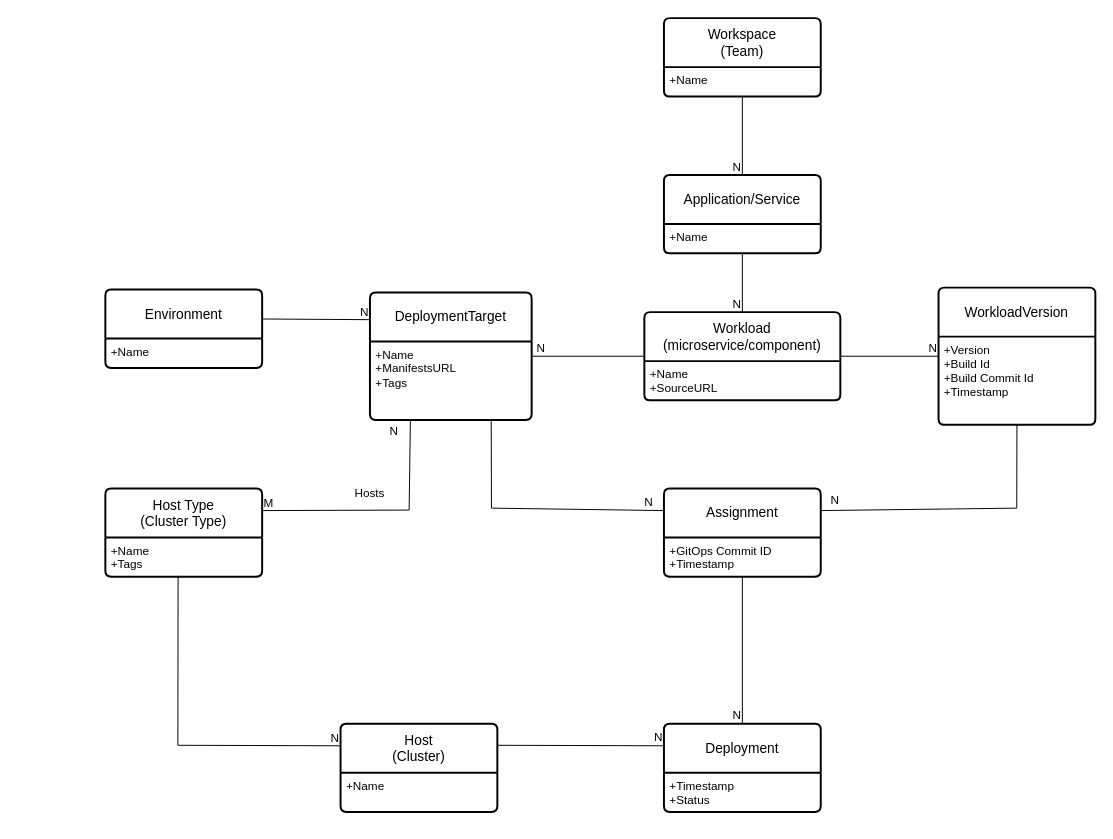
The draw.io diagram docs/images/DeploymentObservabilityLogicalModel.drawio in microsoft/kalypso-observability-hub, before the edit. Source tidied: cells renumbered, new cells numbered last; positions are measured from the earlier drawing's top-left corner, leaving out a move shared by most shapes. Both pictures are drawn from the tidied source at 98%, with x=0, y=0 at pixel (105, 18).
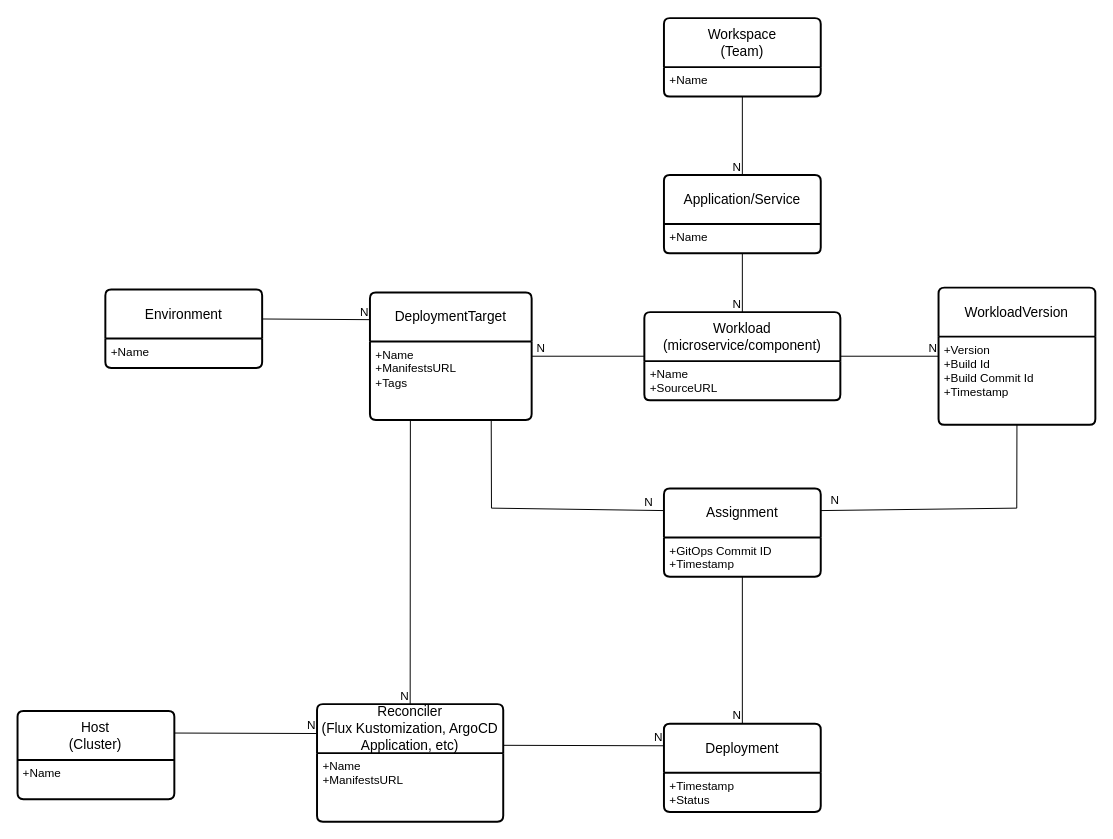
The same page after the edit.

The change refers to these unchanged cells:
```xml
<mxCell id="19" value="+Name&lt;br&gt;+ManifestsURL&amp;nbsp;&lt;br&gt;+Tags" style="align=left;strokeColor=none;fillColor=none;spacingLeft=4;fontSize=12;verticalAlign=top;html=1;" parent="18" vertex="1">
  <mxGeometry y="50" width="165" height="80" as="geometry" />
</mxCell>
```

Diff of the diagram source:
```diff
@@
     <mxCell id="30" value="Host&lt;br&gt;(Cluster)" style="swimlane;horizontal=1;startSize=50;rounded=1;fontSize=14;fontStyle=0;strokeWidth=2;shadow=0;dashed=0;align=center;arcSize=4;whiteSpace=wrap;html=1;" parent="1" vertex="1">
-      <mxGeometry x="240" y="720" width="160" height="90" as="geometry" />
+      <mxGeometry x="-89.6" y="707" width="160" height="90" as="geometry" />
     </mxCell>
@@
-    <mxCell id="36" value="Host Type&lt;br&gt;(Cluster Type)" style="swimlane;horizontal=1;startSize=50;rounded=1;fontSize=14;fontStyle=0;strokeWidth=2;shadow=0;dashed=0;align=center;arcSize=4;whiteSpace=wrap;html=1;" parent="1" vertex="1">
-      <mxGeometry y="480" width="160" height="90" as="geometry" />
-    </mxCell>
-    <mxCell id="37" value="+Name&lt;br&gt;+Tags" style="align=left;strokeColor=none;fillColor=none;spacingLeft=4;fontSize=12;verticalAlign=top;html=1;" parent="36" vertex="1">
-      <mxGeometry y="50" width="160" height="40" as="geometry" />
-    </mxCell>
-    <mxCell id="38" style="endArrow=none;html=1;rounded=0;exitX=1;exitY=0.25;exitDx=0;exitDy=0;entryX=0.25;entryY=1;entryDx=0;entryDy=0;" parent="1" edge="1" source="36" target="19">
-      <mxGeometry relative="1" as="geometry">
-        <Array as="points">
-          <mxPoint x="310" y="502" />
-        </Array>
-      </mxGeometry>
-    </mxCell>
-    <mxCell id="39" value="M" style="html=1;whiteSpace=wrap;align=left;verticalAlign=bottom;" parent="38" vertex="1">
-      <mxGeometry x="-1" relative="1" as="geometry" />
-    </mxCell>
-    <mxCell id="40" value="N" style="html=1;whiteSpace=wrap;align=right;verticalAlign=bottom;" parent="38" vertex="1">
-      <mxGeometry x="1" relative="1" as="geometry">
-        <mxPoint x="-11" y="20" as="offset" />
-      </mxGeometry>
-    </mxCell>
-    <mxCell id="41" style="endArrow=none;html=1;rounded=0;exitX=0.464;exitY=0.978;exitDx=0;exitDy=0;exitPerimeter=0;entryX=0;entryY=0.25;entryDx=0;entryDy=0;" parent="1" edge="1" source="37" target="30">
-      <mxGeometry relative="1" as="geometry">
-        <Array as="points">
-          <mxPoint x="74" y="742" />
-        </Array>
-      </mxGeometry>
-    </mxCell>
-    <mxCell id="42" value="N" style="html=1;whiteSpace=wrap;align=right;verticalAlign=bottom;" parent="41" vertex="1">
-      <mxGeometry x="1" relative="1" as="geometry" />
-    </mxCell>
-    <mxCell id="43" value="Hosts" style="text;html=1;strokeColor=none;fillColor=none;align=center;verticalAlign=middle;whiteSpace=wrap;rounded=0;" parent="1" vertex="1">
-      <mxGeometry x="240" y="470" width="60" height="30" as="geometry" />
-    </mxCell>
@@
+    <mxCell id="46" value="Reconciler&lt;br&gt;(Flux Kustomization, ArgoCD Application, etc)" style="swimlane;horizontal=1;startSize=50;rounded=1;fontSize=14;fontStyle=0;strokeWidth=2;shadow=0;dashed=0;align=center;arcSize=4;whiteSpace=wrap;html=1;" parent="1" vertex="1">
+      <mxGeometry x="216" y="700" width="190" height="120" as="geometry" />
+    </mxCell>
+    <mxCell id="47" value="+Name&lt;br&gt;+ManifestsURL" style="align=left;strokeColor=none;fillColor=none;spacingLeft=4;fontSize=12;verticalAlign=top;html=1;" parent="46" vertex="1">
+      <mxGeometry y="50" width="190" height="70" as="geometry" />
+    </mxCell>
+    <mxCell id="48" style="endArrow=none;html=1;rounded=0;exitX=0.25;exitY=1;exitDx=0;exitDy=0;" parent="1" edge="1" source="19" target="46">
+      <mxGeometry relative="1" as="geometry" />
+    </mxCell>
+    <mxCell id="49" value="N" style="html=1;whiteSpace=wrap;align=right;verticalAlign=bottom;" parent="48" vertex="1">
+      <mxGeometry x="1" relative="1" as="geometry" />
+    </mxCell>
+    <mxCell id="50" style="endArrow=none;html=1;rounded=0;entryX=0;entryY=0.25;entryDx=0;entryDy=0;exitX=1;exitY=0.25;exitDx=0;exitDy=0;" parent="1" edge="1" source="30" target="46">
+      <mxGeometry relative="1" as="geometry" />
+    </mxCell>
+    <mxCell id="51" value="N" style="html=1;whiteSpace=wrap;align=right;verticalAlign=bottom;" parent="50" vertex="1">
+      <mxGeometry x="1" relative="1" as="geometry" />
+    </mxCell>
```
